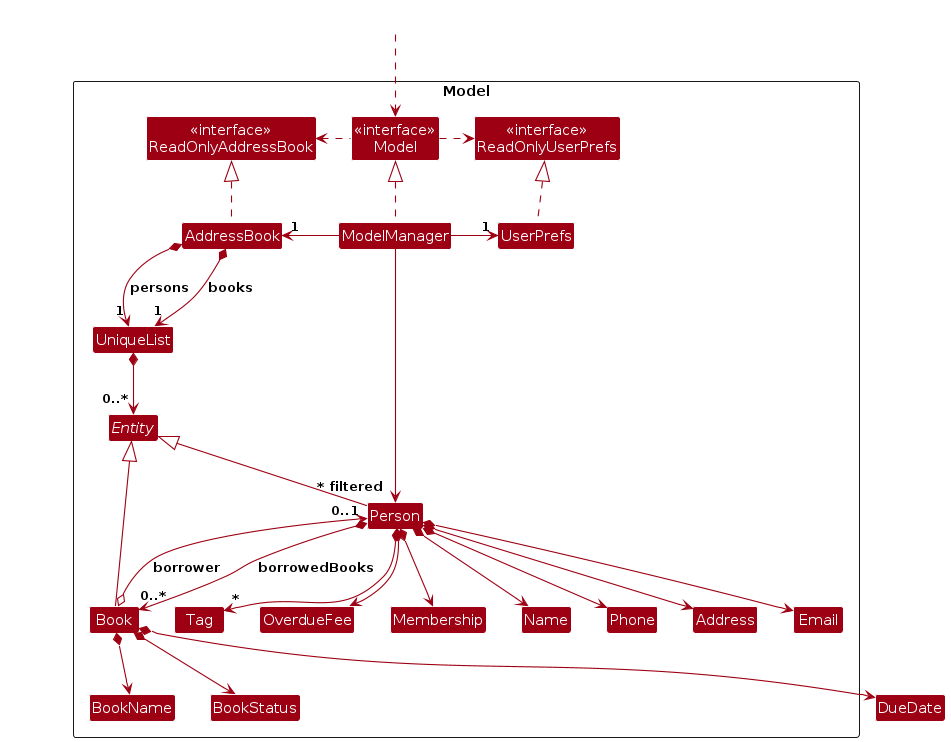
AY2425S2-CS2103T-W13-3/tp keeps this PlantUML diagram as diagrams/ModelClassDiagram.png. Above is the earlier version. Its source is kept beside it as diagrams/ModelClassDiagram.puml.
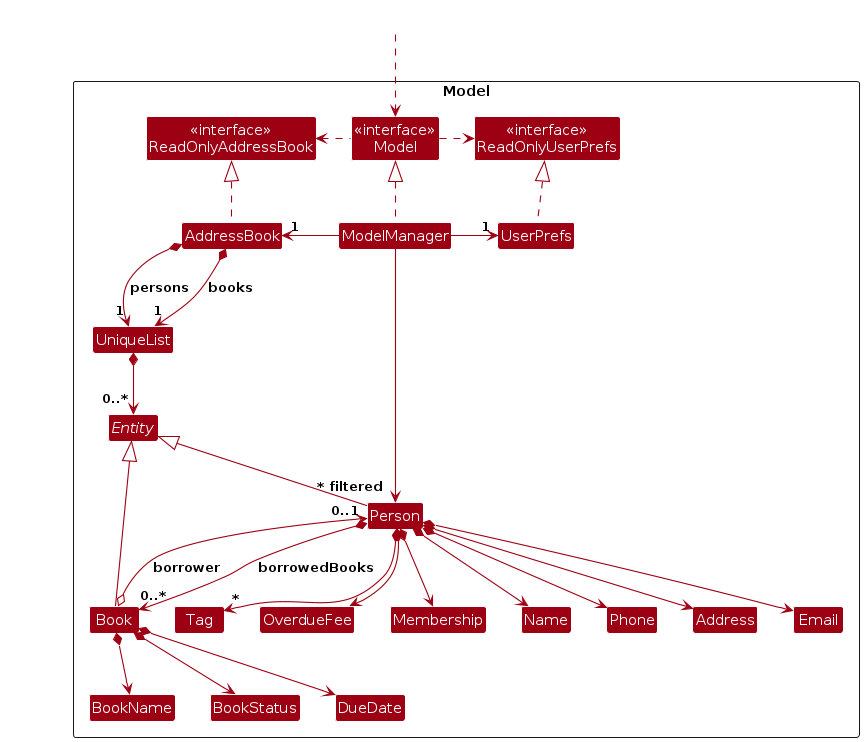
After the change.

Diff of the diagram source:
```diff
@@ -23,6 +23,7 @@
 Class BookName
 Class BookStatus
 Class OverdueFee
+Class DueDate
 Class Membership
 }
 
```
